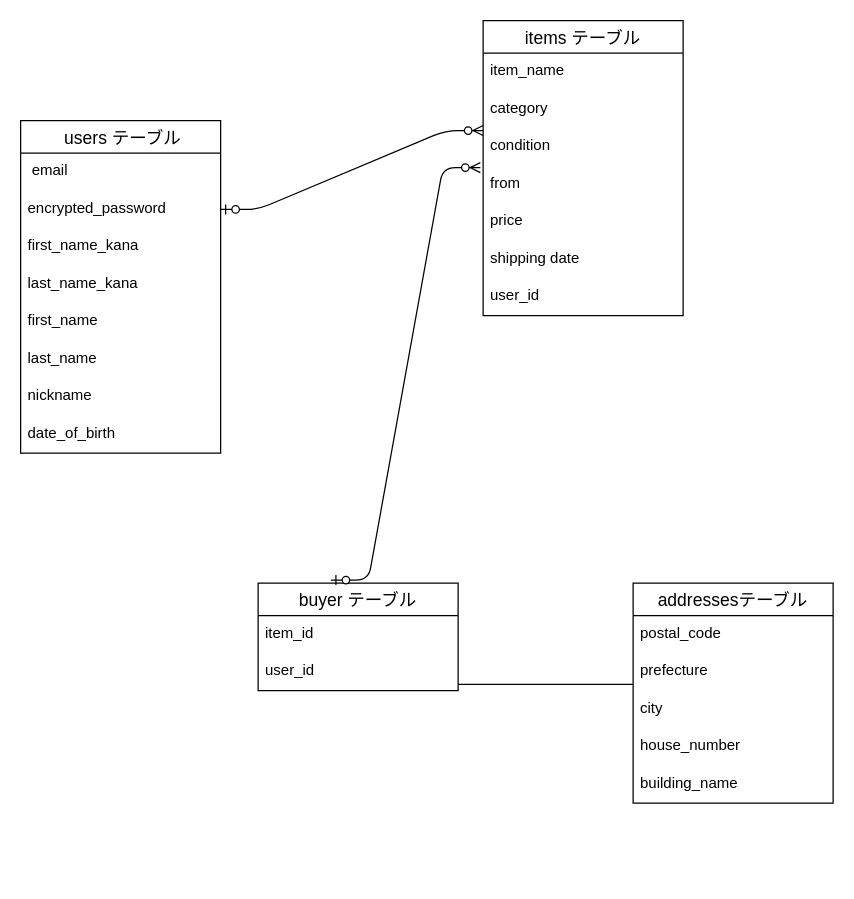
Before: app/test.dio in cookiemonster150/furima-40453, a draw.io diagram. Source tidied: cells renumbered, new cells numbered last; positions are measured from the earlier drawing's top-left corner, leaving out a move shared by most shapes. Both pictures are drawn from the tidied source at 125%, with x=0, y=0 at pixel (20, 20).
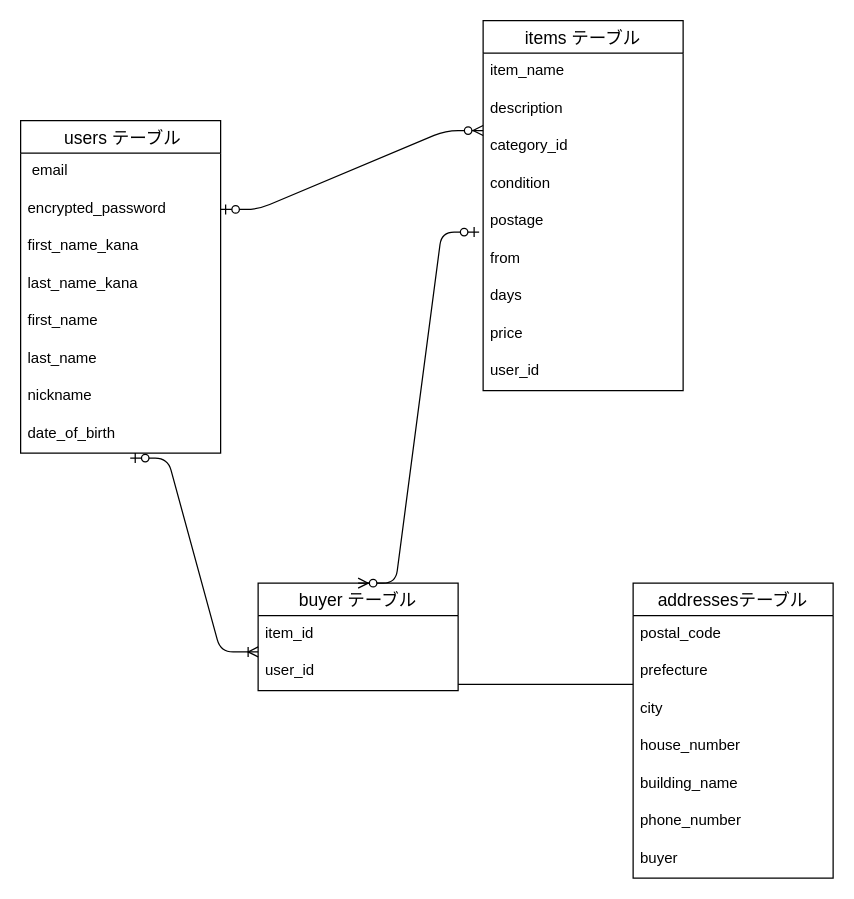
After the change.

Commit message (it also covers changes not shown here):
データベース設計

Unchanged cells that the change refers to:
```xml
<mxCell id="10" value="date_of_birth" style="text;strokeColor=none;fillColor=none;spacingLeft=4;spacingRight=4;overflow=hidden;points=[[0,0.5],[1,0.5]];portConstraint=eastwest;fontSize=12;" parent="2" vertex="1">
  <mxGeometry y="236" width="160" height="30" as="geometry" />
</mxCell>
<mxCell id="25" value="buyer テーブル" style="swimlane;fontStyle=0;horizontal=1;startSize=26;align=center;fontSize=14;" parent="1" vertex="1">
  <mxGeometry x="190" y="450" width="160" height="86" as="geometry" />
</mxCell>
```

Diff of the diagram source:
```diff
@@
     <mxCell id="11" value="items テーブル" style="swimlane;fontStyle=0;horizontal=1;startSize=26;align=center;fontSize=14;" parent="1" vertex="1">
-      <mxGeometry x="370" width="160" height="236" as="geometry" />
+      <mxGeometry x="370" width="160" height="296" as="geometry" />
     </mxCell>
@@
-    <mxCell id="13" value="category" style="text;strokeColor=none;fillColor=none;spacingLeft=4;spacingRight=4;overflow=hidden;points=[[0,0.5],[1,0.5]];portConstraint=eastwest;fontSize=12;" parent="11" vertex="1">
+    <mxCell id="13" value="description" style="text;strokeColor=none;fillColor=none;spacingLeft=4;spacingRight=4;overflow=hidden;points=[[0,0.5],[1,0.5]];portConstraint=eastwest;fontSize=12;" parent="11" vertex="1">
       <mxGeometry y="56" width="160" height="30" as="geometry" />
     </mxCell>
-    <mxCell id="14" value="condition" style="text;strokeColor=none;fillColor=none;spacingLeft=4;spacingRight=4;overflow=hidden;points=[[0,0.5],[1,0.5]];portConstraint=eastwest;fontSize=12;" parent="11" vertex="1">
+    <mxCell id="14" value="category_id" style="text;strokeColor=none;fillColor=none;spacingLeft=4;spacingRight=4;overflow=hidden;points=[[0,0.5],[1,0.5]];portConstraint=eastwest;fontSize=12;" parent="11" vertex="1">
       <mxGeometry y="86" width="160" height="30" as="geometry" />
     </mxCell>
-    <mxCell id="15" value="from" style="text;strokeColor=none;fillColor=none;spacingLeft=4;spacingRight=4;overflow=hidden;fontSize=12;" parent="11" vertex="1">
+    <mxCell id="15" value="condition" style="text;strokeColor=none;fillColor=none;spacingLeft=4;spacingRight=4;overflow=hidden;fontSize=12;" parent="11" vertex="1">
       <mxGeometry y="116" width="160" height="30" as="geometry" />
     </mxCell>
-    <mxCell id="16" value="price" style="text;strokeColor=none;fillColor=none;spacingLeft=4;spacingRight=4;overflow=hidden;points=[[0,0.5],[1,0.5]];portConstraint=eastwest;fontSize=12;" parent="11" vertex="1">
+    <mxCell id="16" value="postage" style="text;strokeColor=none;fillColor=none;spacingLeft=4;spacingRight=4;overflow=hidden;points=[[0,0.5],[1,0.5]];portConstraint=eastwest;fontSize=12;" parent="11" vertex="1">
       <mxGeometry y="146" width="160" height="30" as="geometry" />
     </mxCell>
-    <mxCell id="17" value="shipping date" style="text;strokeColor=none;fillColor=none;spacingLeft=4;spacingRight=4;overflow=hidden;fontSize=12;" parent="11" vertex="1">
+    <mxCell id="17" value="from" style="text;strokeColor=none;fillColor=none;spacingLeft=4;spacingRight=4;overflow=hidden;fontSize=12;" parent="11" vertex="1">
       <mxGeometry y="176" width="160" height="30" as="geometry" />
     </mxCell>
-    <mxCell id="18" value="user_id" style="text;strokeColor=none;fillColor=none;spacingLeft=4;spacingRight=4;overflow=hidden;fontSize=12;" parent="11" vertex="1">
+    <mxCell id="18" value="days" style="text;strokeColor=none;fillColor=none;spacingLeft=4;spacingRight=4;overflow=hidden;fontSize=12;" parent="11" vertex="1">
       <mxGeometry y="206" width="160" height="30" as="geometry" />
     </mxCell>
+    <mxCell id="31" value="price" style="text;strokeColor=none;fillColor=none;spacingLeft=4;spacingRight=4;overflow=hidden;fontSize=12;" parent="11" vertex="1">
+      <mxGeometry y="236" width="160" height="30" as="geometry" />
+    </mxCell>
+    <mxCell id="32" value="user_id" style="text;strokeColor=none;fillColor=none;spacingLeft=4;spacingRight=4;overflow=hidden;fontSize=12;" parent="11" vertex="1">
+      <mxGeometry y="266" width="160" height="30" as="geometry" />
+    </mxCell>
     <mxCell id="19" value="addressesテーブル" style="swimlane;fontStyle=0;horizontal=1;startSize=26;align=center;fontSize=14;" parent="1" vertex="1">
-      <mxGeometry x="490" y="450" width="160" height="176" as="geometry" />
+      <mxGeometry x="490" y="450" width="160" height="236" as="geometry" />
     </mxCell>
@@
+    <mxCell id="33" value="phone_number" style="text;strokeColor=none;fillColor=none;spacingLeft=4;spacingRight=4;overflow=hidden;fontSize=12;" parent="19" vertex="1">
+      <mxGeometry y="176" width="160" height="30" as="geometry" />
+    </mxCell>
+    <mxCell id="34" value="buyer" style="text;strokeColor=none;fillColor=none;spacingLeft=4;spacingRight=4;overflow=hidden;fontSize=12;" parent="19" vertex="1">
+      <mxGeometry y="206" width="160" height="30" as="geometry" />
+    </mxCell>
@@
-    <mxCell id="29" style="edgeStyle=entityRelationEdgeStyle;fontSize=12;html=1;endArrow=ERzeroToMany;startArrow=ERzeroToOne;entryX=-0.014;entryY=1.053;entryDx=0;entryDy=0;entryPerimeter=0;exitX=0.364;exitY=-0.028;exitDx=0;exitDy=0;exitPerimeter=0;" parent="1" edge="1" source="25" target="14">
+    <mxCell id="29" style="edgeStyle=entityRelationEdgeStyle;fontSize=12;html=1;endArrow=ERzeroToMany;startArrow=ERzeroToOne;entryX=0.5;entryY=0;entryDx=0;entryDy=0;exitX=-0.02;exitY=0.773;exitDx=0;exitDy=0;exitPerimeter=0;" parent="1" edge="1" source="16" target="25">
       <mxGeometry relative="1" as="geometry" />
     </mxCell>
@@
+    <mxCell id="35" style="edgeStyle=entityRelationEdgeStyle;fontSize=12;html=1;endArrow=ERoneToMany;startArrow=ERzeroToOne;exitX=0.548;exitY=1.133;exitDx=0;exitDy=0;exitPerimeter=0;" parent="1" edge="1" source="10">
+      <mxGeometry relative="1" as="geometry">
+        <mxPoint x="190" y="505" as="targetPoint" />
+      </mxGeometry>
+    </mxCell>
```
